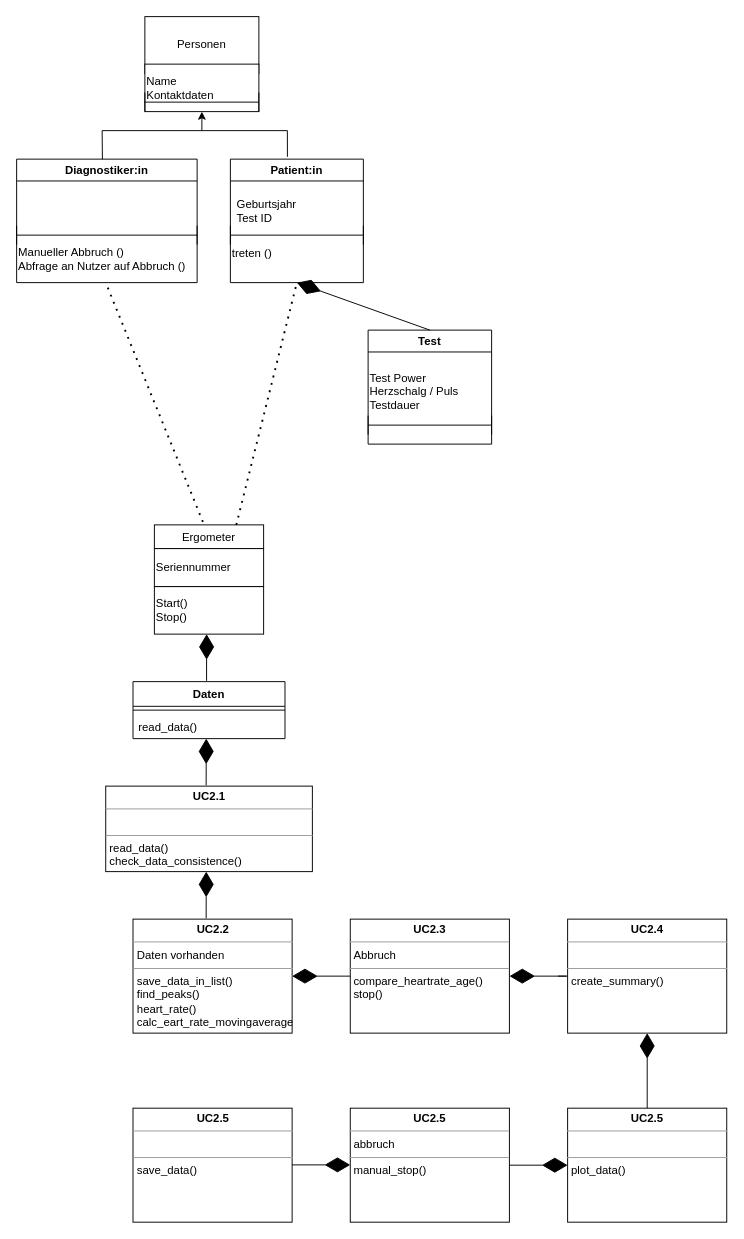
Earlier version of the draw.io diagram PÜ3/UMLDiagram.drawio (lillinml/MCI-MSE_Aufgaben). Source tidied: cells renumbered, new cells numbered last; positions are measured from the earlier drawing's top-left corner, leaving out a move shared by most shapes. Both pictures are drawn from the tidied source at 95%, with x=0, y=0 at pixel (16, 16).
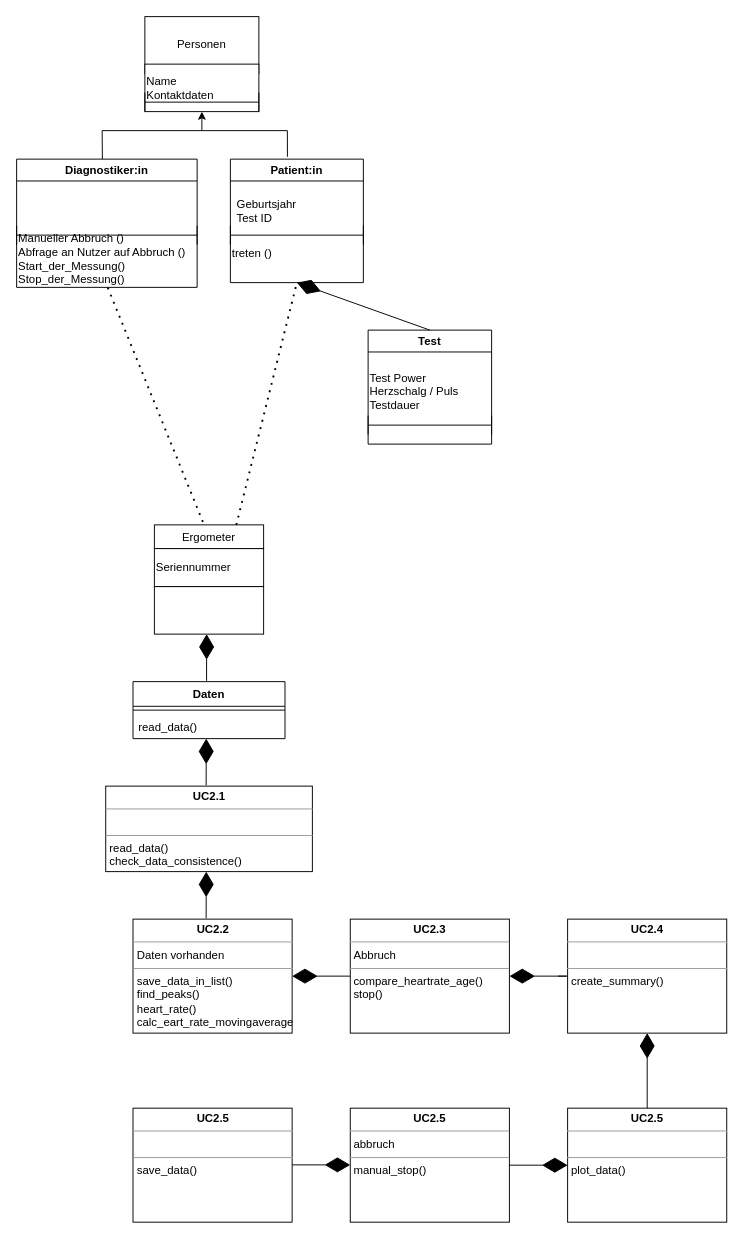
After the change.

Change to the diagram source:
```diff
@@
     <mxCell id="5" value="Diagnostiker:in" style="swimlane;" parent="1" vertex="1">
-      <mxGeometry y="150" width="190" height="130" as="geometry" />
+      <mxGeometry y="150" width="190" height="135" as="geometry" />
     </mxCell>
@@
-    <mxCell id="7" value="Manueller Abbruch ()&lt;br&gt;Abfrage an Nutzer auf Abbruch ()" style="text;html=1;align=left;verticalAlign=middle;strokeColor=none;fillColor=none;" parent="5" vertex="1">
-      <mxGeometry y="90" width="190" height="30" as="geometry" />
+    <mxCell id="7" value="Manueller Abbruch ()&lt;br&gt;Abfrage an Nutzer auf Abbruch ()&lt;br&gt;Start_der_Messung()&lt;br&gt;Stop_der_Messung()" style="text;html=1;align=left;verticalAlign=middle;strokeColor=none;fillColor=none;" parent="5" vertex="1">
+      <mxGeometry y="75" width="190" height="60" as="geometry" />
     </mxCell>
@@
-    <mxCell id="23" value="Start()&lt;br&gt;Stop()" style="rounded=0;whiteSpace=wrap;html=1;align=left;" parent="1" vertex="1">
+    <mxCell id="23" style="rounded=0;whiteSpace=wrap;html=1;align=left;" parent="1" vertex="1">
       <mxGeometry x="145" y="600" width="115" height="50" as="geometry" />
     </mxCell>
```
